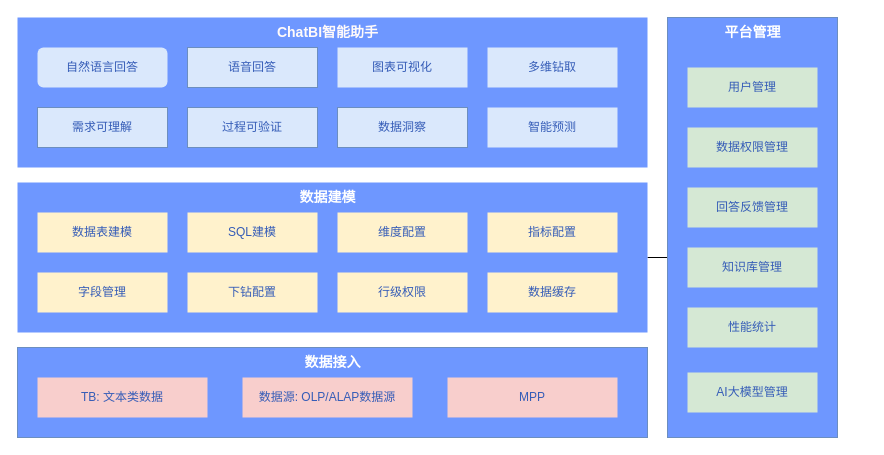
This is 1.drawio from kejoe-zhang/configRepo, a draw.io file, before an edit. Source tidied: cells renumbered, new cells numbered last; positions are measured from the earlier drawing's top-left corner, leaving out a move shared by most shapes. Both pictures are drawn from the tidied source at 100%, with x=0, y=0 at pixel (17, 17).
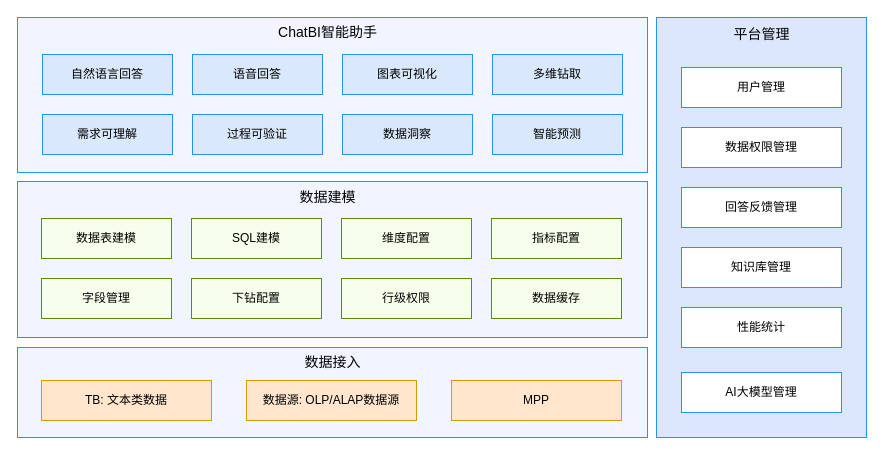
The same diagram, later.

Diff of the diagram source:
```diff
@@
-    <mxCell id="2" style="rounded=0;whiteSpace=wrap;html=1;fillColor=#6e97ff;strokeColor=none;" parent="1" vertex="1">
-      <mxGeometry width="630" height="150" as="geometry" />
+    <mxCell id="2" style="rounded=0;whiteSpace=wrap;html=1;fillColor=light-dark(#f0f5ff, #496DC6);strokeColor=light-dark(#2493FF,#2493FF);strokeWidth=1;" parent="1" vertex="1">
+      <mxGeometry width="630" height="155" as="geometry" />
     </mxCell>
-    <mxCell id="3" value="ChatBI智能助手" style="text;html=1;align=center;verticalAlign=middle;strokeColor=none;fillColor=none;fontColor=#fffafa;textShadow=0;labelBackgroundColor=none;fontSize=14;fontStyle=1;" parent="1" vertex="1">
+    <mxCell id="3" value="ChatBI智能助手" style="text;html=1;align=center;verticalAlign=middle;strokeColor=none;fillColor=none;fontColor=light-dark(#000000, #181414);textShadow=0;labelBackgroundColor=none;fontSize=14;fontStyle=0;" parent="1" vertex="1">
       <mxGeometry x="250" width="120" height="30" as="geometry" />
     </mxCell>
-    <mxCell id="4" value="自然语言回答" style="rounded=1;whiteSpace=wrap;html=1;dashed=1;strokeColor=none;fillColor=#dae8fc;fontColor=#355cb7;" parent="1" vertex="1">
-      <mxGeometry x="20" y="30" width="130" height="40" as="geometry" />
+    <mxCell id="4" value="自然语言回答" style="rounded=0;whiteSpace=wrap;html=1;strokeColor=light-dark(#2493ff, #5c79a3);fillColor=#dae8fc;" parent="1" vertex="1">
+      <mxGeometry x="25" y="37" width="130" height="40" as="geometry" />
     </mxCell>
-    <mxCell id="5" value="需求可理解" style="rounded=0;whiteSpace=wrap;html=1;fillColor=#dae8fc;strokeColor=#6c8ebf;glass=0;fontColor=#355cb7;" parent="1" vertex="1">
-      <mxGeometry x="20" y="90" width="130" height="40" as="geometry" />
+    <mxCell id="5" value="需求可理解" style="rounded=0;whiteSpace=wrap;html=1;glass=0;strokeColor=light-dark(#2493ff, #5c79a3);fillColor=#dae8fc;" parent="1" vertex="1">
+      <mxGeometry x="25" y="97" width="130" height="40" as="geometry" />
     </mxCell>
-    <mxCell id="6" value="语音回答" style="rounded=0;whiteSpace=wrap;html=1;fillColor=#dae8fc;strokeColor=#6c8ebf;fontColor=#355cb7;" parent="1" vertex="1">
-      <mxGeometry x="170" y="30" width="130" height="40" as="geometry" />
+    <mxCell id="6" value="语音回答" style="rounded=0;whiteSpace=wrap;html=1;strokeColor=light-dark(#2493ff, #5c79a3);fillColor=#dae8fc;" parent="1" vertex="1">
+      <mxGeometry x="175" y="37" width="130" height="40" as="geometry" />
     </mxCell>
-    <mxCell id="7" value="多维钻取" style="rounded=0;whiteSpace=wrap;html=1;fillColor=#dae8fc;strokeColor=none;fontColor=#355cb7;" parent="1" vertex="1">
-      <mxGeometry x="470" y="30" width="130" height="40" as="geometry" />
+    <mxCell id="7" value="多维钻取" style="rounded=0;whiteSpace=wrap;html=1;strokeColor=light-dark(#2493ff, #5c79a3);fillColor=#dae8fc;" parent="1" vertex="1">
+      <mxGeometry x="475" y="37" width="130" height="40" as="geometry" />
     </mxCell>
-    <mxCell id="8" value="图表可视化" style="rounded=0;whiteSpace=wrap;html=1;fillColor=#dae8fc;strokeColor=none;fontColor=#355cb7;" parent="1" vertex="1">
-      <mxGeometry x="320" y="30" width="130" height="40" as="geometry" />
+    <mxCell id="8" value="图表可视化" style="rounded=0;whiteSpace=wrap;html=1;strokeColor=light-dark(#2493ff, #5c79a3);fillColor=#dae8fc;" parent="1" vertex="1">
+      <mxGeometry x="325" y="37" width="130" height="40" as="geometry" />
     </mxCell>
-    <mxCell id="9" value="过程可验证" style="rounded=0;whiteSpace=wrap;html=1;fillColor=#dae8fc;strokeColor=#6c8ebf;fontColor=#355cb7;" parent="1" vertex="1">
-      <mxGeometry x="170" y="90" width="130" height="40" as="geometry" />
+    <mxCell id="9" value="过程可验证" style="rounded=0;whiteSpace=wrap;html=1;strokeColor=light-dark(#2493ff, #5c79a3);fillColor=#dae8fc;" parent="1" vertex="1">
+      <mxGeometry x="175" y="97" width="130" height="40" as="geometry" />
     </mxCell>
-    <mxCell id="10" value="智能预测" style="rounded=0;whiteSpace=wrap;html=1;fillColor=#dae8fc;strokeColor=none;fontColor=#355cb7;" parent="1" vertex="1">
-      <mxGeometry x="470" y="90" width="130" height="40" as="geometry" />
+    <mxCell id="10" value="智能预测" style="rounded=0;whiteSpace=wrap;html=1;strokeColor=light-dark(#2493ff, #5c79a3);fillColor=#dae8fc;" parent="1" vertex="1">
+      <mxGeometry x="475" y="97" width="130" height="40" as="geometry" />
     </mxCell>
-    <mxCell id="11" value="数据洞察" style="rounded=0;whiteSpace=wrap;html=1;fillColor=#dae8fc;strokeColor=#6c8ebf;fontColor=#355cb7;" parent="1" vertex="1">
-      <mxGeometry x="320" y="90" width="130" height="40" as="geometry" />
+    <mxCell id="11" value="数据洞察" style="rounded=0;whiteSpace=wrap;html=1;strokeColor=light-dark(#2493ff, #5c79a3);fillColor=#dae8fc;" parent="1" vertex="1">
+      <mxGeometry x="325" y="97" width="130" height="40" as="geometry" />
     </mxCell>
-    <mxCell id="12" style="edgeStyle=orthogonalEdgeStyle;rounded=0;jettySize=auto;html=1;" parent="1" edge="1" source="13" target="33">
-      <mxGeometry relative="1" as="geometry" />
-    </mxCell>
-    <mxCell id="13" style="rounded=0;whiteSpace=wrap;html=1;fillColor=#6e97ff;strokeColor=none;" parent="1" vertex="1">
-      <mxGeometry y="165" width="630" height="150" as="geometry" />
+    <mxCell id="13" style="rounded=0;whiteSpace=wrap;html=1;fillColor=light-dark(#f0f5ff, #496dc6);strokeColor=light-dark(#2493FF,#2493FF);strokeWidth=1;gradientColor=none;" parent="1" vertex="1">
+      <mxGeometry y="164" width="630" height="156" as="geometry" />
     </mxCell>
-    <mxCell id="14" value="数据表建模" style="rounded=0;whiteSpace=wrap;html=1;fillColor=#fff2cc;strokeColor=none;fontColor=#355cb7;" parent="1" vertex="1">
-      <mxGeometry x="20" y="195" width="130" height="40" as="geometry" />
+    <mxCell id="14" value="数据表建模" style="rounded=0;whiteSpace=wrap;html=1;strokeColor=light-dark(#5b8c01, #ededed);fillColor=light-dark(#F6FFEC,#EDEDED);" parent="1" vertex="1">
+      <mxGeometry x="24" y="201" width="130" height="40" as="geometry" />
     </mxCell>
-    <mxCell id="15" value="数据建模" style="text;html=1;align=center;verticalAlign=middle;strokeColor=none;fillColor=none;fontSize=14;fontStyle=1;fontColor=#ffffff;rounded=0;" parent="1" vertex="1">
+    <mxCell id="15" value="数据建模" style="text;html=1;align=center;verticalAlign=middle;strokeColor=none;fillColor=none;fontSize=14;fontStyle=0;fontColor=#000000;rounded=0;" parent="1" vertex="1">
       <mxGeometry x="270" y="165" width="80" height="30" as="geometry" />
     </mxCell>
-    <mxCell id="16" value="字段管理" style="rounded=0;whiteSpace=wrap;html=1;fillColor=#fff2cc;strokeColor=none;fontColor=#355cb7;" parent="1" vertex="1">
-      <mxGeometry x="20" y="255" width="130" height="40" as="geometry" />
+    <mxCell id="16" value="字段管理" style="rounded=0;whiteSpace=wrap;html=1;strokeColor=light-dark(#5b8c01, #ededed);fillColor=light-dark(#F6FFEC,#EDEDED);" parent="1" vertex="1">
+      <mxGeometry x="24" y="261" width="130" height="40" as="geometry" />
     </mxCell>
-    <mxCell id="17" value="指标配置" style="rounded=0;whiteSpace=wrap;html=1;fillColor=#fff2cc;strokeColor=none;fontColor=#355cb7;" parent="1" vertex="1">
-      <mxGeometry x="470" y="195" width="130" height="40" as="geometry" />
+    <mxCell id="17" value="指标配置" style="rounded=0;whiteSpace=wrap;html=1;strokeColor=light-dark(#5b8c01, #ededed);fillColor=light-dark(#F6FFEC,#EDEDED);" parent="1" vertex="1">
+      <mxGeometry x="474" y="201" width="130" height="40" as="geometry" />
     </mxCell>
-    <mxCell id="18" value="维度配置" style="rounded=0;whiteSpace=wrap;html=1;fillColor=#fff2cc;strokeColor=none;fontColor=#355cb7;" parent="1" vertex="1">
-      <mxGeometry x="320" y="195" width="130" height="40" as="geometry" />
+    <mxCell id="18" value="维度配置" style="rounded=0;whiteSpace=wrap;html=1;strokeColor=light-dark(#5b8c01, #ededed);fillColor=light-dark(#F6FFEC,#EDEDED);" parent="1" vertex="1">
+      <mxGeometry x="324" y="201" width="130" height="40" as="geometry" />
     </mxCell>
-    <mxCell id="19" value="SQL建模" style="rounded=0;whiteSpace=wrap;html=1;fillColor=#fff2cc;strokeColor=none;fontColor=#355cb7;" parent="1" vertex="1">
-      <mxGeometry x="170" y="195" width="130" height="40" as="geometry" />
+    <mxCell id="19" value="SQL建模" style="rounded=0;whiteSpace=wrap;html=1;strokeColor=light-dark(#5b8c01, #ededed);gradientColor=none;strokeWidth=1;fillColor=light-dark(#F6FFEC,#EDEDED);" parent="1" vertex="1">
+      <mxGeometry x="174" y="201" width="130" height="40" as="geometry" />
     </mxCell>
-    <mxCell id="20" value="行级权限" style="rounded=0;whiteSpace=wrap;html=1;fillColor=#fff2cc;strokeColor=none;fontColor=#355cb7;" parent="1" vertex="1">
-      <mxGeometry x="320" y="255" width="130" height="40" as="geometry" />
+    <mxCell id="20" value="行级权限" style="rounded=0;whiteSpace=wrap;html=1;strokeColor=light-dark(#5b8c01, #ededed);fillColor=light-dark(#F6FFEC,#EDEDED);" parent="1" vertex="1">
+      <mxGeometry x="324" y="261" width="130" height="40" as="geometry" />
     </mxCell>
-    <mxCell id="21" value="下钻配置" style="rounded=0;whiteSpace=wrap;html=1;fillColor=#fff2cc;strokeColor=none;fontColor=#355cb7;" parent="1" vertex="1">
-      <mxGeometry x="170" y="255" width="130" height="40" as="geometry" />
+    <mxCell id="21" value="下钻配置" style="rounded=0;whiteSpace=wrap;html=1;strokeColor=light-dark(#5b8c01, #ededed);fillColor=light-dark(#F6FFEC,#EDEDED);" parent="1" vertex="1">
+      <mxGeometry x="174" y="261" width="130" height="40" as="geometry" />
     </mxCell>
-    <mxCell id="22" value="数据缓存" style="rounded=0;whiteSpace=wrap;html=1;fillColor=#fff2cc;strokeColor=none;fontColor=#355cb7;" parent="1" vertex="1">
-      <mxGeometry x="470" y="255" width="130" height="40" as="geometry" />
+    <mxCell id="22" value="数据缓存" style="rounded=0;whiteSpace=wrap;html=1;strokeColor=light-dark(#5b8c01, #ededed);fillColor=light-dark(#F6FFEC,#EDEDED);" parent="1" vertex="1">
+      <mxGeometry x="474" y="261" width="130" height="40" as="geometry" />
     </mxCell>
-    <mxCell id="23" style="rounded=0;whiteSpace=wrap;html=1;fillColor=#6e97ff;strokeColor=#6c8ebf;" parent="1" vertex="1">
+    <mxCell id="23" style="rounded=0;whiteSpace=wrap;html=1;fillColor=light-dark(#f0f5ff, #ededed);strokeColor=light-dark(#2493FF,#2493FF);strokeWidth=1;" parent="1" vertex="1">
       <mxGeometry y="330" width="630" height="90" as="geometry" />
     </mxCell>
-    <mxCell id="24" value="数据接入" style="text;html=1;align=center;verticalAlign=middle;strokeColor=none;fillColor=none;fontColor=#ffffff;fontStyle=1;fontSize=14;rounded=0;" parent="1" vertex="1">
+    <mxCell id="24" value="数据接入" style="text;html=1;align=center;verticalAlign=middle;strokeColor=none;fillColor=none;fontColor=light-dark(#000000, #121212);fontStyle=0;fontSize=14;rounded=0;" parent="1" vertex="1">
       <mxGeometry x="275" y="330" width="80" height="30" as="geometry" />
     </mxCell>
-    <mxCell id="25" value="TB: 文本类数据" style="rounded=0;whiteSpace=wrap;html=1;fillColor=#f8cecc;strokeColor=none;fontColor=#355cb7;" parent="1" vertex="1">
-      <mxGeometry x="20" y="360" width="170" height="40" as="geometry" />
+    <mxCell id="25" value="TB: 文本类数据" style="rounded=0;whiteSpace=wrap;html=1;fillColor=#ffe6cc;strokeColor=#d79b00;" parent="1" vertex="1">
+      <mxGeometry x="24" y="363" width="170" height="40" as="geometry" />
     </mxCell>
-    <mxCell id="26" value="数据源: OLP/ALAP数据源" style="rounded=0;whiteSpace=wrap;html=1;fillColor=#f8cecc;strokeColor=none;fontColor=#355cb7;" parent="1" vertex="1">
-      <mxGeometry x="225" y="360" width="170" height="40" as="geometry" />
+    <mxCell id="26" value="数据源: OLP/ALAP数据源" style="rounded=0;whiteSpace=wrap;html=1;fillColor=#ffe6cc;strokeColor=#d79b00;" parent="1" vertex="1">
+      <mxGeometry x="229" y="363" width="170" height="40" as="geometry" />
     </mxCell>
-    <mxCell id="27" value="MPP" style="rounded=0;whiteSpace=wrap;html=1;fillColor=#f8cecc;strokeColor=none;fontColor=#355cb7;" parent="1" vertex="1">
-      <mxGeometry x="430" y="360" width="170" height="40" as="geometry" />
+    <mxCell id="27" value="MPP" style="rounded=0;whiteSpace=wrap;html=1;fillColor=#ffe6cc;strokeColor=#d79b00;" parent="1" vertex="1">
+      <mxGeometry x="434" y="363" width="170" height="40" as="geometry" />
     </mxCell>
-    <mxCell id="28" style="rounded=0;whiteSpace=wrap;html=1;fillColor=#6e97ff;strokeColor=#6c8ebf;" parent="1" vertex="1">
-      <mxGeometry x="650" width="170" height="420" as="geometry" />
+    <mxCell id="28" style="rounded=0;whiteSpace=wrap;html=1;fillColor=light-dark(#dce6fc, #ededed);strokeColor=light-dark(#2493FF,#2493FF);textShadow=1;strokeWidth=1;gradientColor=none;" parent="1" vertex="1">
+      <mxGeometry x="639" width="210" height="420" as="geometry" />
     </mxCell>
-    <mxCell id="29" value="用户管理" style="rounded=0;whiteSpace=wrap;html=1;fillColor=#d5e8d4;strokeColor=none;fontColor=#355cb7;" parent="1" vertex="1">
-      <mxGeometry x="670" y="50" width="130" height="40" as="geometry" />
+    <mxCell id="29" value="用户管理" style="rounded=0;whiteSpace=wrap;html=1;strokeColor=light-dark(#2493FF,#2493FF);" parent="1" vertex="1">
+      <mxGeometry x="664" y="50" width="160" height="40" as="geometry" />
     </mxCell>
-    <mxCell id="30" value="AI大模型管理" style="rounded=0;whiteSpace=wrap;html=1;fillColor=#d5e8d4;strokeColor=none;fontColor=#355cb7;" parent="1" vertex="1">
-      <mxGeometry x="670" y="355" width="130" height="40" as="geometry" />
+    <mxCell id="30" value="AI大模型管理" style="rounded=0;whiteSpace=wrap;html=1;strokeColor=light-dark(#2493FF,#2493FF);" parent="1" vertex="1">
+      <mxGeometry x="664" y="355" width="160" height="40" as="geometry" />
     </mxCell>
-    <mxCell id="31" value="性能统计" style="rounded=0;whiteSpace=wrap;html=1;fillColor=#d5e8d4;strokeColor=none;fontColor=#355cb7;" parent="1" vertex="1">
-      <mxGeometry x="670" y="290" width="130" height="40" as="geometry" />
+    <mxCell id="31" value="性能统计" style="rounded=0;whiteSpace=wrap;html=1;strokeColor=light-dark(#2493FF,#2493FF);" parent="1" vertex="1">
+      <mxGeometry x="664" y="290" width="160" height="40" as="geometry" />
     </mxCell>
-    <mxCell id="32" value="知识库管理" style="rounded=0;whiteSpace=wrap;html=1;fillColor=#d5e8d4;strokeColor=none;fontColor=#355cb7;" parent="1" vertex="1">
-      <mxGeometry x="670" y="230" width="130" height="40" as="geometry" />
+    <mxCell id="32" value="知识库管理" style="rounded=0;whiteSpace=wrap;html=1;strokeColor=light-dark(#2493FF,#2493FF);" parent="1" vertex="1">
+      <mxGeometry x="664" y="230" width="160" height="40" as="geometry" />
     </mxCell>
-    <mxCell id="33" value="回答反馈管理" style="rounded=0;whiteSpace=wrap;html=1;fillColor=#d5e8d4;strokeColor=none;fontColor=#355cb7;" parent="1" vertex="1">
-      <mxGeometry x="670" y="170" width="130" height="40" as="geometry" />
+    <mxCell id="33" value="回答反馈管理" style="rounded=0;whiteSpace=wrap;html=1;strokeColor=light-dark(#2493FF,#2493FF);" parent="1" vertex="1">
+      <mxGeometry x="664" y="170" width="160" height="40" as="geometry" />
     </mxCell>
-    <mxCell id="34" value="数据权限管理" style="rounded=0;whiteSpace=wrap;html=1;fillColor=#d5e8d4;strokeColor=none;fontColor=#355cb7;" parent="1" vertex="1">
-      <mxGeometry x="670" y="110" width="130" height="40" as="geometry" />
+    <mxCell id="34" value="数据权限管理" style="rounded=0;whiteSpace=wrap;html=1;strokeColor=light-dark(#2493FF,#2493FF);" parent="1" vertex="1">
+      <mxGeometry x="664" y="110" width="160" height="40" as="geometry" />
     </mxCell>
-    <mxCell id="35" value="平台管理" style="text;html=1;align=center;verticalAlign=middle;strokeColor=none;fillColor=none;fontColor=#FFFFFF;fontStyle=1;fontSize=14;rounded=0;" parent="1" vertex="1">
-      <mxGeometry x="695" width="80" height="30" as="geometry" />
+    <mxCell id="35" value="平台管理" style="text;html=1;align=center;verticalAlign=middle;strokeColor=none;fillColor=none;fontColor=light-dark(#000000, #121212);fontStyle=0;fontSize=14;rounded=0;" parent="1" vertex="1">
+      <mxGeometry x="704" y="2" width="80" height="30" as="geometry" />
     </mxCell>
```
